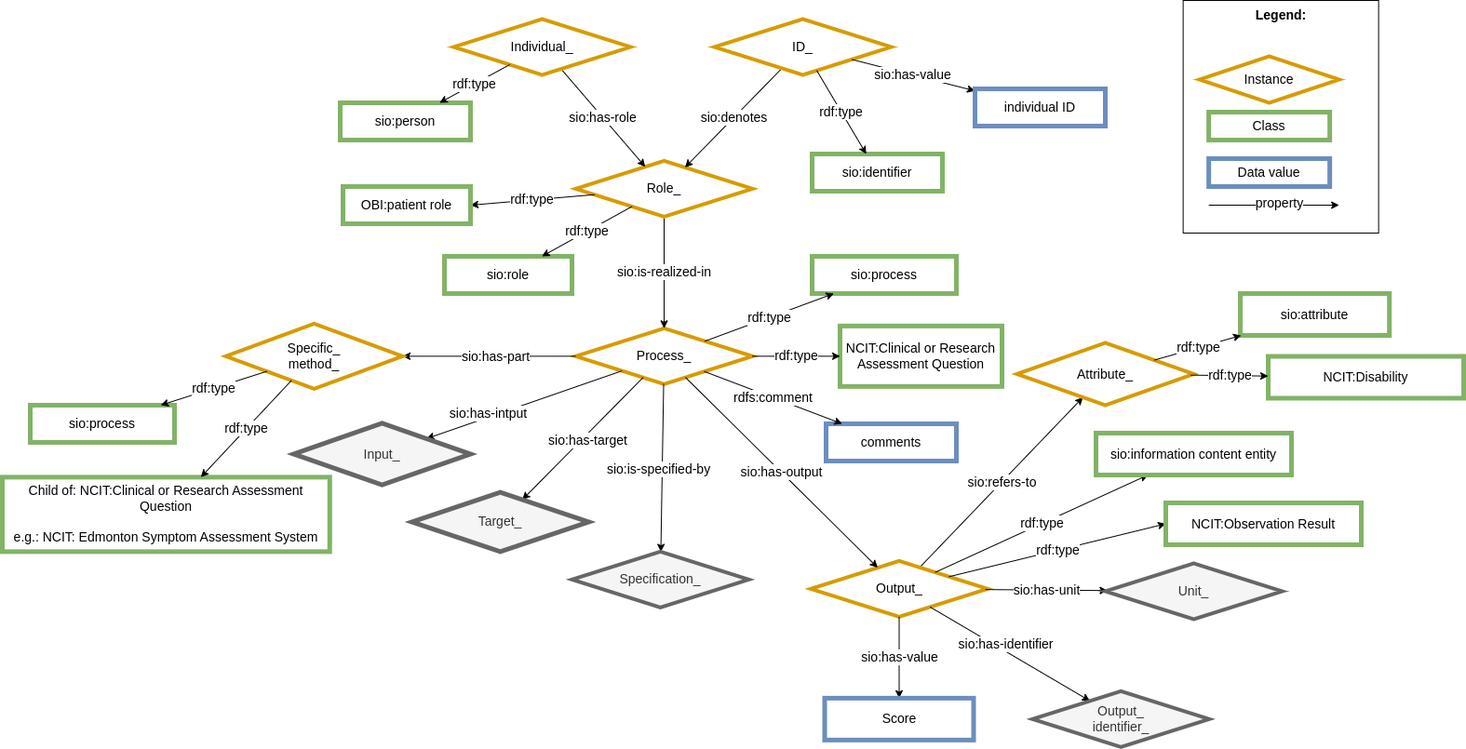
Before: images/CARE-SM-Questionnaire-disability.png, a diagram exported from draw.io (CARE-SM/CARE-Semantic-Model). Source tidied: cells renumbered, new cells last; positions are measured from the earlier drawing's top-left corner, leaving out a move shared by most shapes.
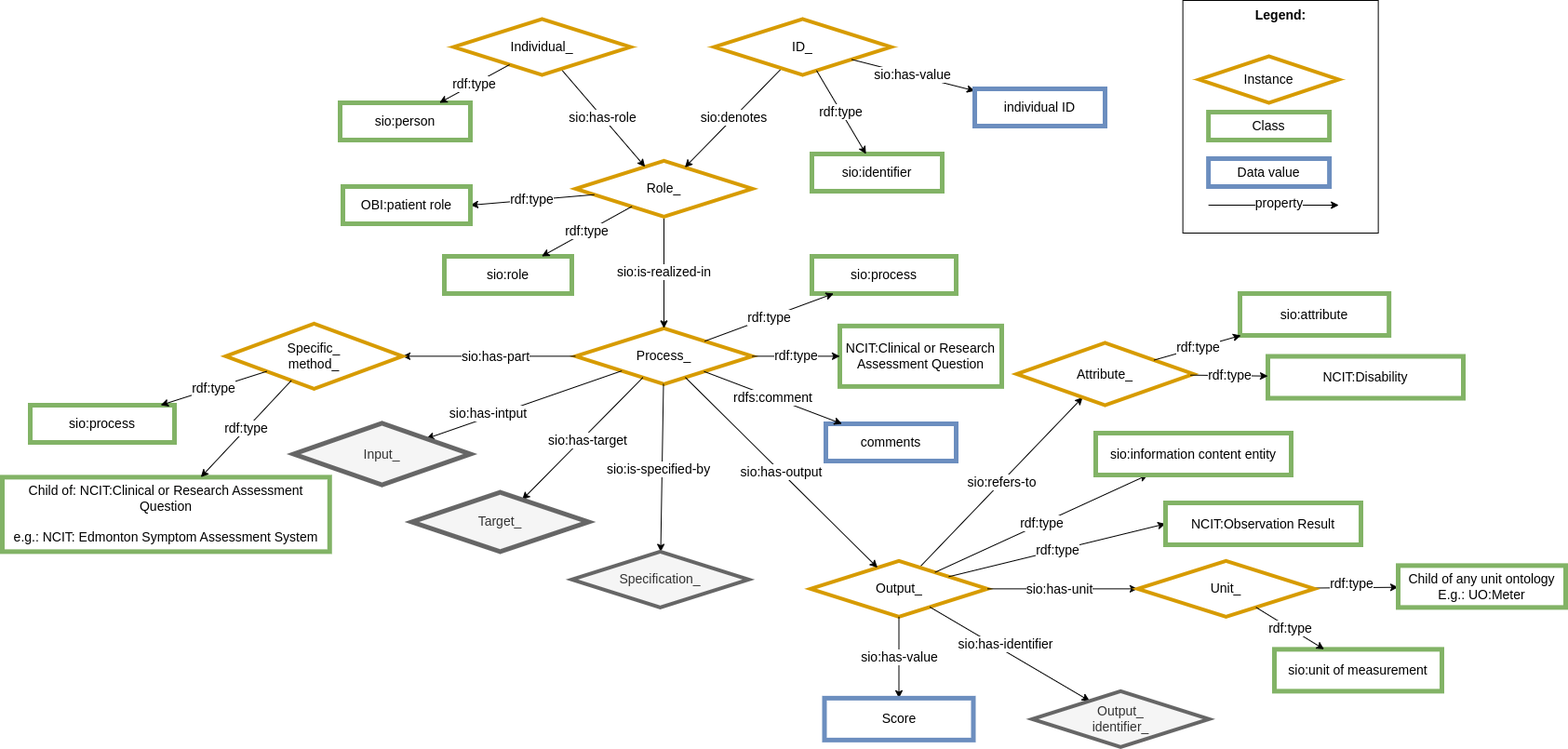
The same diagram one commit later.

Diff of the diagram source:
```diff
@@ -167,9 +167,6 @@
     <mxCell id="51" value="rdf:type" style="edgeStyle=none;rounded=0;jettySize=auto;html=1;fontSize=14;" parent="1" edge="1" source="4" target="6">
       <mxGeometry relative="1" as="geometry" />
     </mxCell>
-    <mxCell id="52" value="Unit_" style="rhombus;whiteSpace=wrap;html=1;fillColor=#f5f5f5;strokeColor=#666666;perimeter=rhombusPerimeter;arcSize=20;comic=0;enumerate=0;strokeWidth=4;rounded=0;fontSize=14;fontColor=#333333;" parent="1" vertex="1">
-      <mxGeometry x="1185" y="605" width="190" height="60" as="geometry" />
-    </mxCell>
     <mxCell id="53" value="&lt;div style=&quot;font-size: 14px;&quot;&gt;Specific_&lt;/div&gt;&lt;div style=&quot;font-size: 14px;&quot;&gt;method_&lt;/div&gt;" style="rhombus;whiteSpace=wrap;html=1;fillColor=#FFFFFF;strokeColor=#D79B00;perimeter=rhombusPerimeter;arcSize=20;comic=0;enumerate=0;strokeWidth=4;rounded=0;fontSize=14;" parent="1" vertex="1">
       <mxGeometry x="240" y="347.4" width="190" height="70" as="geometry" />
     </mxCell>
@@ -209,5 +206,22 @@
     <mxCell id="65" value="rdf:type" style="edgeStyle=none;rounded=0;jettySize=auto;html=1;fontSize=14;" parent="1" edge="1" source="61" target="64">
       <mxGeometry relative="1" as="geometry" />
     </mxCell>
+    <mxCell id="66" value="&lt;font style=&quot;font-size: 14px;&quot;&gt;sio:unit of measurement&lt;/font&gt;" style="whiteSpace=wrap;html=1;fillColor=#FFFFFF;strokeColor=#82b366;strokeWidth=5;fontSize=14;" parent="1" vertex="1">
+      <mxGeometry x="1367" y="697.4" width="180" height="45" as="geometry" />
+    </mxCell>
+    <mxCell id="67" value="rdf:type" style="edgeStyle=none;rounded=0;jettySize=auto;html=1;fontSize=14;" parent="1" edge="1" source="52" target="68">
+      <mxGeometry x="-0.05" y="4" relative="1" as="geometry">
+        <mxPoint x="-1" as="offset" />
+      </mxGeometry>
+    </mxCell>
+    <mxCell id="68" value="Child of any unit ontology&lt;br style=&quot;font-size: 14px;&quot;&gt;E.g.: UO:Meter" style="whiteSpace=wrap;html=1;fillColor=#FFFFFF;strokeColor=#82b366;strokeWidth=5;fontSize=14;" parent="1" vertex="1">
+      <mxGeometry x="1500" y="607.4" width="180" height="45" as="geometry" />
+    </mxCell>
+    <mxCell id="52" value="Unit_" style="rhombus;whiteSpace=wrap;html=1;fillColor=#FFFFFF;strokeColor=#D79B00;perimeter=rhombusPerimeter;arcSize=20;comic=0;enumerate=0;strokeWidth=4;rounded=0;fontSize=14;" parent="1" vertex="1">
+      <mxGeometry x="1220" y="602.4" width="190" height="60" as="geometry" />
+    </mxCell>
+    <mxCell id="69" value="rdf:type" style="edgeStyle=none;rounded=0;jettySize=auto;html=1;fontSize=14;" parent="1" edge="1" source="52" target="66">
+      <mxGeometry relative="1" as="geometry" />
+    </mxCell>
   </root>
 </mxGraphModel>
```
